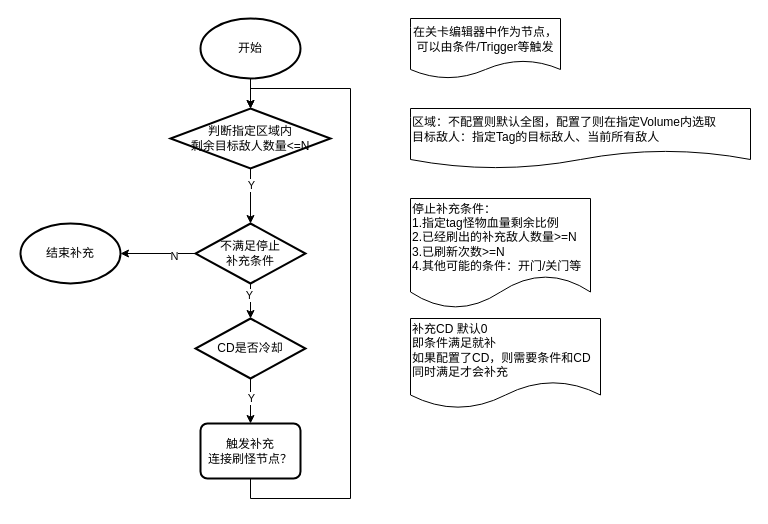
Earlier version of the draw.io diagram 持续补怪.drawio (LittleTrain0321/15150400109Wy). Source tidied: cells renumbered, new cells numbered last; positions are measured from the earlier drawing's top-left corner, leaving out a move shared by most shapes. Both pictures are drawn from the tidied source at 100%, with x=0, y=0 at pixel (20, 18).
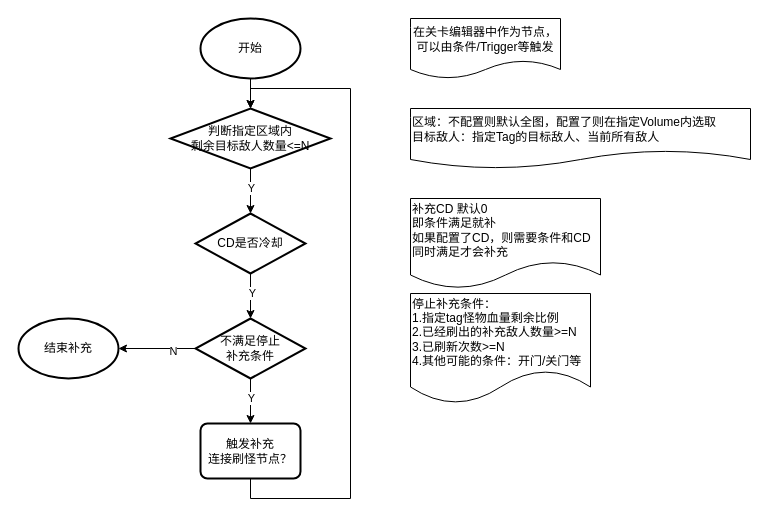
Above is the later version.

Commit message (it also covers changes not shown here):
更新持续补怪.drawio

The change refers to these unchanged cells:
```xml
<mxCell id="5" value="触发补充&lt;br&gt;连接刷怪节点？" style="rounded=1;whiteSpace=wrap;html=1;absoluteArcSize=1;arcSize=14;strokeWidth=2;" parent="1" vertex="1">
  <mxGeometry x="180" y="405" width="100" height="55" as="geometry" />
</mxCell>
<mxCell id="8" value="判断指定区域内&lt;br&gt;剩余目标敌人数量&amp;lt;=N" style="strokeWidth=2;html=1;shape=mxgraph.flowchart.decision;whiteSpace=wrap;" parent="1" vertex="1">
  <mxGeometry x="150" y="90" width="160" height="60" as="geometry" />
</mxCell>
```

The edit, as a diff of the source:
```diff
@@
-    <mxCell id="6" style="edgeStyle=orthogonalEdgeStyle;rounded=0;jettySize=auto;html=1;exitX=0.5;exitY=1;exitDx=0;exitDy=0;exitPerimeter=0;entryX=0.5;entryY=0;entryDx=0;entryDy=0;entryPerimeter=0;" parent="1" edge="1" source="8" target="15">
-      <mxGeometry relative="1" as="geometry" />
-    </mxCell>
-    <mxCell id="7" value="Y" style="edgeLabel;html=1;align=center;verticalAlign=middle;" parent="6" vertex="1">
-      <mxGeometry x="-0.41" relative="1" as="geometry" />
-    </mxCell>
+    <mxCell id="22" style="edgeStyle=orthogonalEdgeStyle;rounded=0;jettySize=auto;html=1;exitX=0.5;exitY=1;exitDx=0;exitDy=0;exitPerimeter=0;entryX=0.5;entryY=0;entryDx=0;entryDy=0;entryPerimeter=0;" parent="1" edge="1" source="8" target="19">
+      <mxGeometry relative="1" as="geometry" />
+    </mxCell>
+    <mxCell id="23" value="Y" style="edgeLabel;html=1;align=center;verticalAlign=middle;" parent="22" vertex="1">
+      <mxGeometry x="-0.24" y="3" relative="1" as="geometry">
+        <mxPoint x="-3" y="2" as="offset" />
+      </mxGeometry>
+    </mxCell>
@@
-    <mxCell id="11" style="edgeStyle=orthogonalEdgeStyle;rounded=0;jettySize=auto;html=1;exitX=0.5;exitY=1;exitDx=0;exitDy=0;exitPerimeter=0;entryX=0.5;entryY=0;entryDx=0;entryDy=0;entryPerimeter=0;" parent="1" edge="1" source="15" target="19">
-      <mxGeometry relative="1" as="geometry" />
-    </mxCell>
-    <mxCell id="12" value="Y" style="edgeLabel;html=1;align=center;verticalAlign=middle;" parent="11" vertex="1">
-      <mxGeometry x="-0.36" y="-2" relative="1" as="geometry" />
-    </mxCell>
@@
+    <mxCell id="24" style="edgeStyle=orthogonalEdgeStyle;rounded=0;jettySize=auto;html=1;exitX=0.5;exitY=1;exitDx=0;exitDy=0;exitPerimeter=0;entryX=0.5;entryY=0;entryDx=0;entryDy=0;" parent="1" edge="1" source="15" target="5">
+      <mxGeometry relative="1" as="geometry" />
+    </mxCell>
+    <mxCell id="25" value="Y" style="edgeLabel;html=1;align=center;verticalAlign=middle;" parent="24" vertex="1">
+      <mxGeometry x="-0.15" relative="1" as="geometry" />
+    </mxCell>
     <mxCell id="15" value="不满足停止&lt;br&gt;补充条件" style="strokeWidth=2;html=1;shape=mxgraph.flowchart.decision;whiteSpace=wrap;" parent="1" vertex="1">
-      <mxGeometry x="175" y="205" width="110" height="60" as="geometry" />
+      <mxGeometry x="175" y="300" width="110" height="60" as="geometry" />
     </mxCell>
     <mxCell id="16" value="停止补充条件：&lt;br&gt;1.指定tag怪物血量剩余比例&lt;br&gt;2.已经刷出的补充敌人数量&amp;gt;=N&lt;br&gt;3.已刷新次数&amp;gt;=N&lt;br&gt;4.其他可能的条件：开门/关门等" style="shape=document;whiteSpace=wrap;html=1;boundedLbl=1;align=left;" parent="1" vertex="1">
-      <mxGeometry x="390" y="180" width="180" height="110" as="geometry" />
+      <mxGeometry x="390" y="275" width="180" height="110" as="geometry" />
     </mxCell>
-    <mxCell id="17" style="edgeStyle=orthogonalEdgeStyle;rounded=0;jettySize=auto;html=1;exitX=0.5;exitY=1;exitDx=0;exitDy=0;exitPerimeter=0;entryX=0.5;entryY=0;entryDx=0;entryDy=0;" parent="1" edge="1" source="19" target="5">
-      <mxGeometry relative="1" as="geometry" />
-    </mxCell>
-    <mxCell id="18" value="Y" style="edgeLabel;html=1;align=center;verticalAlign=middle;" parent="17" vertex="1">
-      <mxGeometry x="-0.14" y="-4" relative="1" as="geometry">
-        <mxPoint x="4" as="offset" />
-      </mxGeometry>
-    </mxCell>
+    <mxCell id="26" style="edgeStyle=orthogonalEdgeStyle;rounded=0;jettySize=auto;html=1;exitX=0.5;exitY=1;exitDx=0;exitDy=0;exitPerimeter=0;entryX=0.5;entryY=0;entryDx=0;entryDy=0;entryPerimeter=0;" parent="1" edge="1" source="19" target="15">
+      <mxGeometry relative="1" as="geometry" />
+    </mxCell>
+    <mxCell id="27" value="Y" style="edgeLabel;html=1;align=center;verticalAlign=middle;" parent="26" vertex="1">
+      <mxGeometry x="-0.17" y="1" relative="1" as="geometry" />
+    </mxCell>
     <mxCell id="19" value="CD是否冷却" style="strokeWidth=2;html=1;shape=mxgraph.flowchart.decision;whiteSpace=wrap;" parent="1" vertex="1">
-      <mxGeometry x="175" y="300" width="110" height="60" as="geometry" />
+      <mxGeometry x="175" y="195" width="110" height="60" as="geometry" />
     </mxCell>
     <mxCell id="20" value="补充CD 默认0&lt;br&gt;即条件满足就补&lt;br&gt;如果配置了CD，则需要条件和CD同时满足才会补充" style="shape=document;whiteSpace=wrap;html=1;boundedLbl=1;align=left;" parent="1" vertex="1">
-      <mxGeometry x="390" y="300" width="190" height="90" as="geometry" />
+      <mxGeometry x="390" y="180" width="190" height="90" as="geometry" />
     </mxCell>
     <mxCell id="21" value="结束补充" style="strokeWidth=2;html=1;shape=mxgraph.flowchart.start_1;whiteSpace=wrap;" parent="1" vertex="1">
-      <mxGeometry y="205" width="100" height="60" as="geometry" />
+      <mxGeometry x="-2" y="300" width="100" height="60" as="geometry" />
     </mxCell>
```
